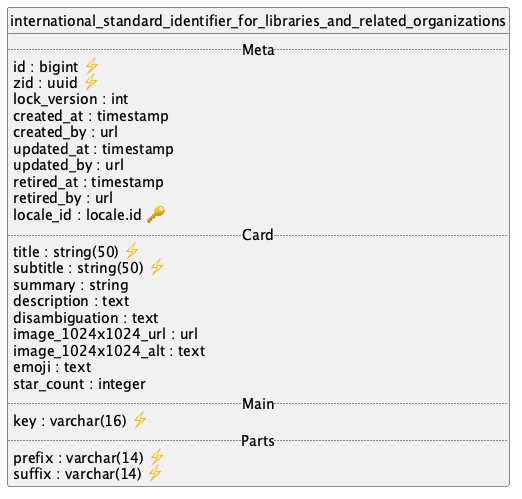
Above: api/international_standard_identifier_for_libraries_and_related_organizations/uml/uml.png in contactopensource/contactopensource (PlantUML), before the change. Its diagram source:
```plantuml
@startuml uml
skinparam monochrome true
skinparam linetype ortho
hide circle

entity international_standard_identifier_for_libraries_and_related_organizations {
  .. Meta ..
  id : bigint ⚡
  zid : uuid ⚡
  lock_version : int
  created_at : timestamp
  created_by : url
  updated_at : timestamp
  updated_by : url
  retired_at : timestamp
  retired_by : url
  locale_id : locale.id 🔑
  .. Card ..
  title : string(50) ⚡
  subtitle : string(50) ⚡
  summary : string
  description : text
  disambiguation : text
  image_1024x1024_url : url
  image_1024x1024_alt : text
  emoji : text
  star_count : integer
  .. Main ..
  key : varchar(16) ⚡
  .. Parts ..
  prefix : varchar(14) ⚡
  suffix : varchar(14) ⚡
}

@enduml
```
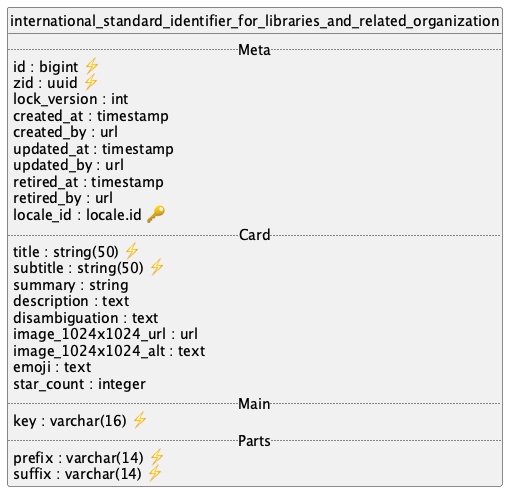
The same file after the commit.

Diff of the diagram source:
```diff
@@ -3,7 +3,7 @@
 skinparam linetype ortho
 hide circle
 
-entity international_standard_identifier_for_libraries_and_related_organizations {
+entity international_standard_identifier_for_libraries_and_related_organization {
   .. Meta ..
   id : bigint ⚡
   zid : uuid ⚡
```
